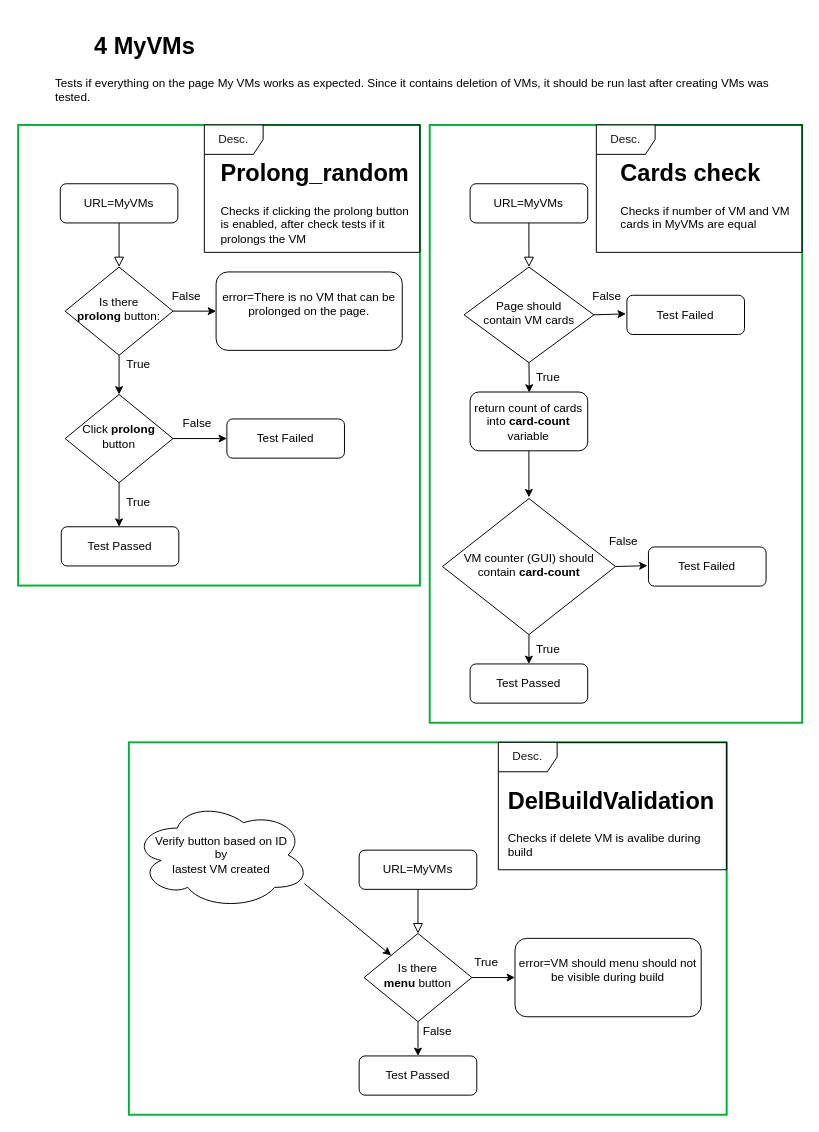
Before: page "4 MyVMs" (1 of 4) of 4_MyVMS.drawio in MartinBlazek6/Project, a draw.io diagram. Source tidied: cells renumbered, new cells numbered last; positions are measured from the earlier drawing's top-left corner, leaving out a move shared by most shapes. Both pictures are drawn from the tidied source at 98%, with x=0, y=0 at pixel (18, 26).
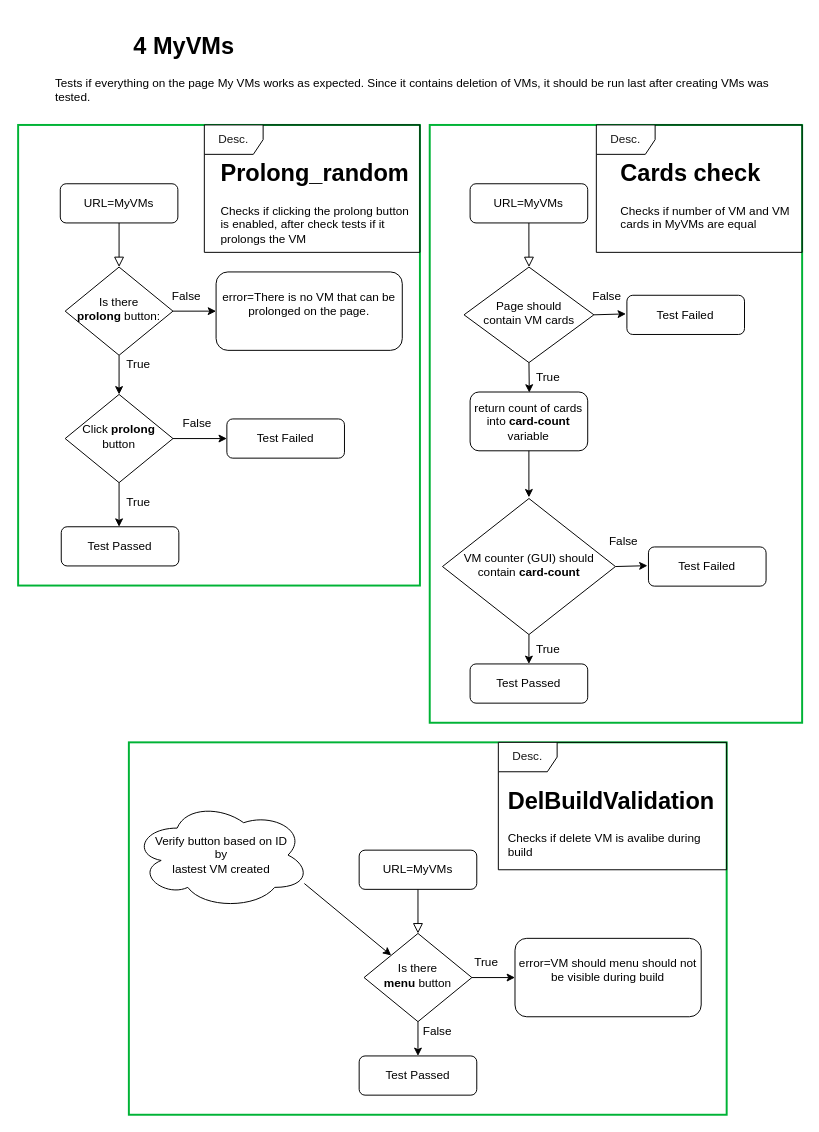
The same page after the edit.

What changed in the source:
```diff
@@
-    <mxCell id="45" value="&lt;h1&gt;&lt;span style=&quot;white-space: pre&quot;&gt; &lt;/span&gt;&lt;span style=&quot;white-space: pre&quot;&gt; &lt;/span&gt;&lt;span style=&quot;white-space: pre&quot;&gt; &lt;/span&gt;&lt;span style=&quot;white-space: pre&quot;&gt; &lt;/span&gt;&lt;span style=&quot;white-space: pre&quot;&gt; &lt;/span&gt;&lt;span style=&quot;white-space: pre&quot;&gt; &lt;/span&gt;4 MyVMs&lt;/h1&gt;&lt;p&gt;Tests if everything on the page My VMs works as expected. Since it contains deletion of VMs, it should be run last after creating VMs was tested.&lt;/p&gt;" style="text;html=1;strokeColor=none;fillColor=none;spacing=5;spacingTop=-20;whiteSpace=wrap;overflow=hidden;rounded=0;" parent="1" vertex="1">
+    <mxCell id="45" value="&lt;h1&gt;&lt;span style=&quot;white-space: pre&quot;&gt; &lt;/span&gt;&lt;span style=&quot;white-space: pre&quot;&gt; &lt;/span&gt;&lt;span style=&quot;white-space: pre&quot;&gt; &lt;/span&gt;&lt;span style=&quot;white-space: pre&quot;&gt; &lt;/span&gt;&lt;span style=&quot;white-space: pre&quot;&gt; &lt;/span&gt;&lt;span style=&quot;white-space: pre&quot;&gt; &lt;span style=&quot;white-space: pre&quot;&gt; &lt;/span&gt;&lt;span style=&quot;white-space: pre&quot;&gt; &lt;/span&gt;&lt;span style=&quot;white-space: pre&quot;&gt; &lt;/span&gt;&lt;span style=&quot;white-space: pre&quot;&gt; &lt;/span&gt;&lt;span style=&quot;white-space: pre&quot;&gt; &lt;/span&gt;&lt;span style=&quot;white-space: pre&quot;&gt; &lt;/span&gt;&lt;/span&gt;4 MyVMs&lt;/h1&gt;&lt;p&gt;Tests if everything on the page My VMs works as expected. Since it contains deletion of VMs, it should be run last after creating VMs was tested.&lt;/p&gt;" style="text;html=1;strokeColor=none;fillColor=none;spacing=5;spacingTop=-20;whiteSpace=wrap;overflow=hidden;rounded=0;" parent="1" vertex="1">
       <mxGeometry x="33" width="750" height="120" as="geometry" />
     </mxCell>
```
